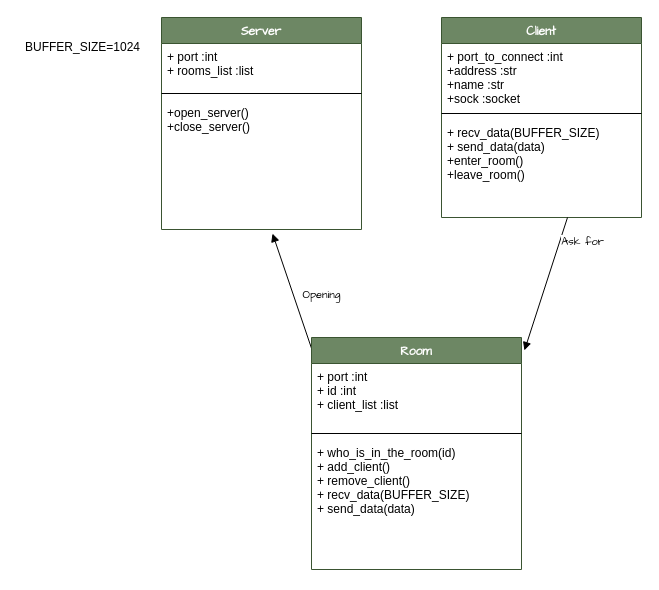
AmitNahmias/PythonTraining keeps this draw.io diagram as chat uml.drawio. Above is the earlier version. Source tidied: cells renumbered, new cells numbered last; positions are measured from the earlier drawing's top-left corner, leaving out a move shared by most shapes. Both pictures are drawn from the tidied source at 100%, with x=0, y=0 at pixel (17, 17).
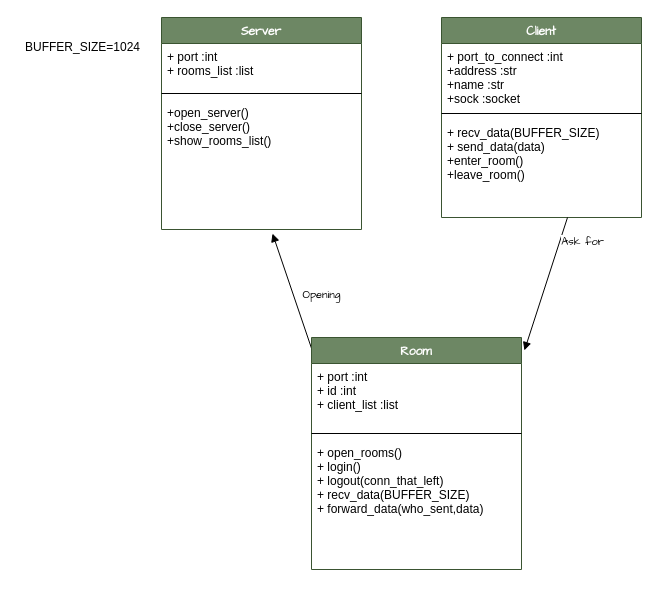
The same diagram, later.

The edit, as a diff of the source:
```diff
@@
 <mxGraphModel>
   <root>
     <mxCell id="0" />
     <mxCell id="1" parent="0" />
     <mxCell id="2" value="Server" style="swimlane;fontStyle=1;align=center;verticalAlign=top;horizontal=1;startSize=26;fontFamily=Comic Sans MS;fillColor=#6d8764;strokeColor=#3A5431;swimlaneFillColor=none;fontColor=#ffffff;" parent="1" vertex="1">
       <mxGeometry x="144" width="200" height="212" as="geometry" />
     </mxCell>
     <mxCell id="3" value="+ port :int&#10;+ rooms_list :list&#10;" style="text;strokeColor=none;fillColor=none;align=left;verticalAlign=top;spacingLeft=4;spacingRight=4;overflow=hidden;" parent="2" vertex="1">
       <mxGeometry y="26" width="200" height="44" as="geometry" />
     </mxCell>
     <mxCell id="4" style="line;strokeWidth=1;fillColor=none;align=left;verticalAlign=middle;spacingTop=-1;spacingLeft=3;spacingRight=3;labelPosition=right;" parent="2" vertex="1">
       <mxGeometry y="70" width="200" height="12" as="geometry" />
     </mxCell>
-    <mxCell id="5" value="+open_server()&#10;+close_server()" style="text;strokeColor=none;fillColor=none;align=left;verticalAlign=top;spacingLeft=4;spacingRight=4;overflow=hidden;points=[[0,0.5],[1,0.5]];portConstraint=eastwest;" parent="2" vertex="1">
+    <mxCell id="5" value="+open_server()&#10;+close_server()&#10;+show_rooms_list()" style="text;strokeColor=none;fillColor=none;align=left;verticalAlign=top;spacingLeft=4;spacingRight=4;overflow=hidden;points=[[0,0.5],[1,0.5]];portConstraint=eastwest;" parent="2" vertex="1">
       <mxGeometry y="82" width="200" height="130" as="geometry" />
     </mxCell>
     <mxCell id="6" value="Client" style="swimlane;fontStyle=1;align=center;verticalAlign=top;horizontal=1;startSize=26;fontFamily=Comic Sans MS;fillColor=#6d8764;strokeColor=#3A5431;swimlaneFillColor=none;fontColor=#ffffff;" parent="1" vertex="1">
       <mxGeometry x="424" width="200" height="200" as="geometry" />
     </mxCell>
     <mxCell id="7" value="+ port_to_connect :int&#10;+address :str&#10;+name :str&#10;+sock :socket&#10;" style="text;strokeColor=none;fillColor=none;align=left;verticalAlign=top;spacingLeft=4;spacingRight=4;overflow=hidden;" parent="6" vertex="1">
       <mxGeometry y="26" width="200" height="64" as="geometry" />
     </mxCell>
     <mxCell id="8" style="line;strokeWidth=1;fillColor=none;align=left;verticalAlign=middle;spacingTop=-1;spacingLeft=3;spacingRight=3;labelPosition=right;" parent="6" vertex="1">
       <mxGeometry y="90" width="200" height="12" as="geometry" />
     </mxCell>
     <mxCell id="9" value="+ recv_data(BUFFER_SIZE)&#10;+ send_data(data)&#10;+enter_room()&#10;+leave_room()&#10;" style="text;strokeColor=none;fillColor=none;align=left;verticalAlign=top;spacingLeft=4;spacingRight=4;overflow=hidden;points=[[0,0.5],[1,0.5]];portConstraint=eastwest;" parent="6" vertex="1">
       <mxGeometry y="102" width="200" height="98" as="geometry" />
     </mxCell>
     <mxCell id="10" value="Ask for" style="html=1;verticalAlign=bottom;endArrow=block;fontFamily=Comic Sans MS;entryX=1.014;entryY=0.056;entryDx=0;entryDy=0;entryPerimeter=0;exitX=0.63;exitY=1;exitDx=0;exitDy=0;exitPerimeter=0;" parent="1" edge="1" source="9" target="12">
       <mxGeometry x="-0.61" y="24" relative="1" as="geometry" />
     </mxCell>
     <mxCell id="11" value="Opening" style="html=1;verticalAlign=bottom;endArrow=block;fontFamily=Comic Sans MS;entryX=0.555;entryY=1.031;entryDx=0;entryDy=0;entryPerimeter=0;exitX=0.01;exitY=0.073;exitDx=0;exitDy=0;exitPerimeter=0;" parent="1" edge="1" source="12" target="5">
       <mxGeometry x="-0.28" y="-24" relative="1" as="geometry" />
     </mxCell>
     <mxCell id="12" value="Room" style="swimlane;fontStyle=1;align=center;verticalAlign=top;horizontal=1;startSize=26;fontFamily=Comic Sans MS;fillColor=#6d8764;strokeColor=#3A5431;swimlaneFillColor=none;fontColor=#ffffff;" parent="1" vertex="1">
       <mxGeometry x="294" y="320" width="210" height="232" as="geometry" />
     </mxCell>
     <mxCell id="13" value="+ port :int&#10;+ id :int&#10;+ client_list :list&#10;" style="text;strokeColor=none;fillColor=none;align=left;verticalAlign=top;spacingLeft=4;spacingRight=4;overflow=hidden;" parent="12" vertex="1">
       <mxGeometry y="26" width="210" height="64" as="geometry" />
     </mxCell>
     <mxCell id="14" style="line;strokeWidth=1;fillColor=none;align=left;verticalAlign=middle;spacingTop=-1;spacingLeft=3;spacingRight=3;labelPosition=right;" parent="12" vertex="1">
       <mxGeometry y="90" width="210" height="12" as="geometry" />
     </mxCell>
-    <mxCell id="15" value="+ who_is_in_the_room(id)&#10;+ add_client()&#10;+ remove_client()&#10;+ recv_data(BUFFER_SIZE)&#10;+ send_data(data)" style="text;strokeColor=none;fillColor=none;align=left;verticalAlign=top;spacingLeft=4;spacingRight=4;overflow=hidden;" parent="12" vertex="1">
+    <mxCell id="15" value="+ open_rooms()&#10;+ login()&#10;+ logout(conn_that_left)&#10;+ recv_data(BUFFER_SIZE)&#10;+ forward_data(who_sent,data)" style="text;strokeColor=none;fillColor=none;align=left;verticalAlign=top;spacingLeft=4;spacingRight=4;overflow=hidden;" parent="12" vertex="1">
       <mxGeometry y="102" width="210" height="130" as="geometry" />
     </mxCell>
     <mxCell id="16" value="BUFFER_SIZE=1024&lt;br&gt;" style="text;html=1;align=center;verticalAlign=middle;" parent="1" vertex="1">
       <mxGeometry y="20" width="130" height="20" as="geometry" />
     </mxCell>
   </root>
 </mxGraphModel>
```
